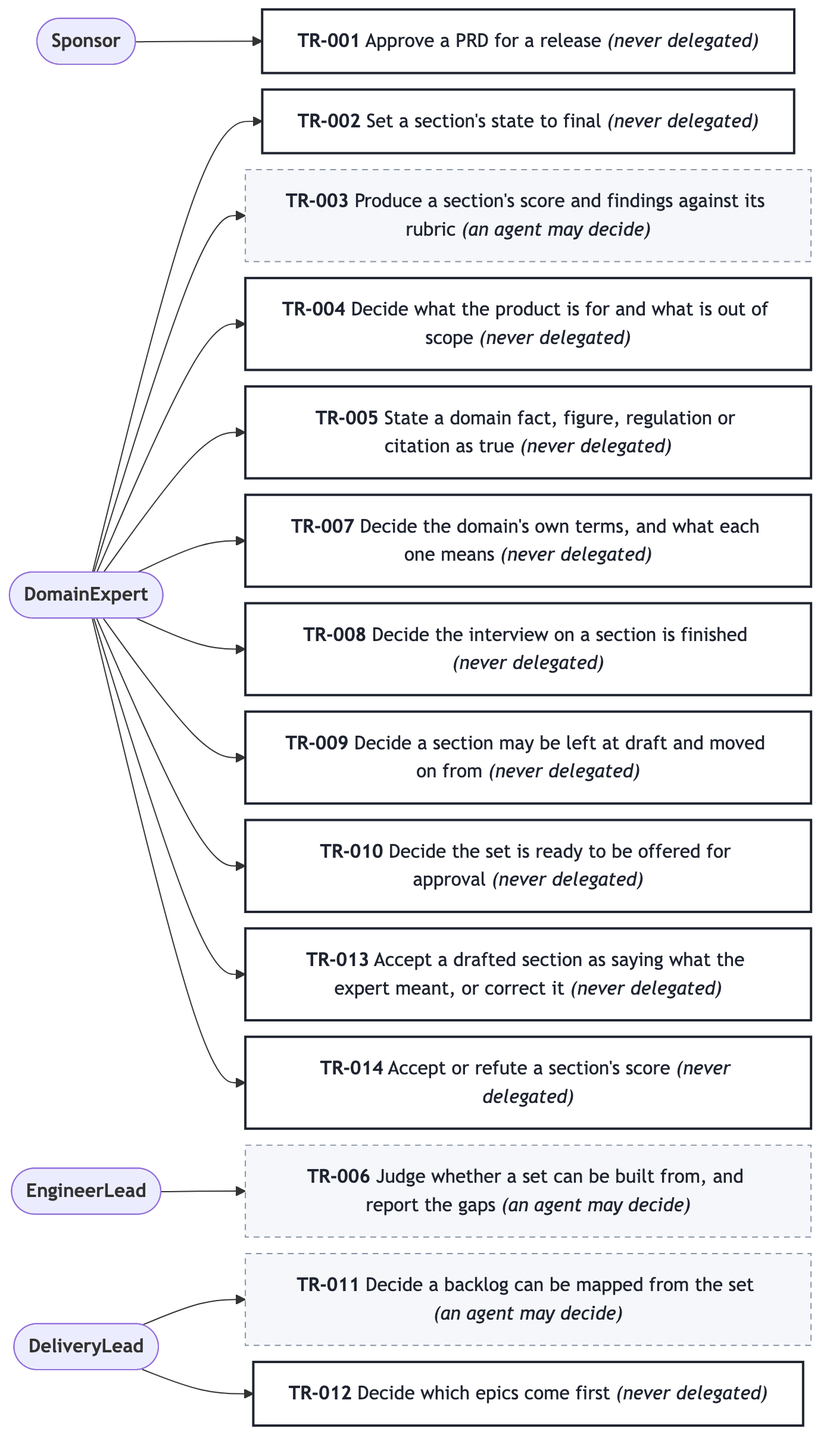
Earlier version of the Mermaid export docs/prd/prd-forge/diagrams/decision-rights.png (SpillwaveSolutions/prd-forge). Its source is kept beside it as docs/prd/prd-forge/diagrams/decision-rights.mmd.
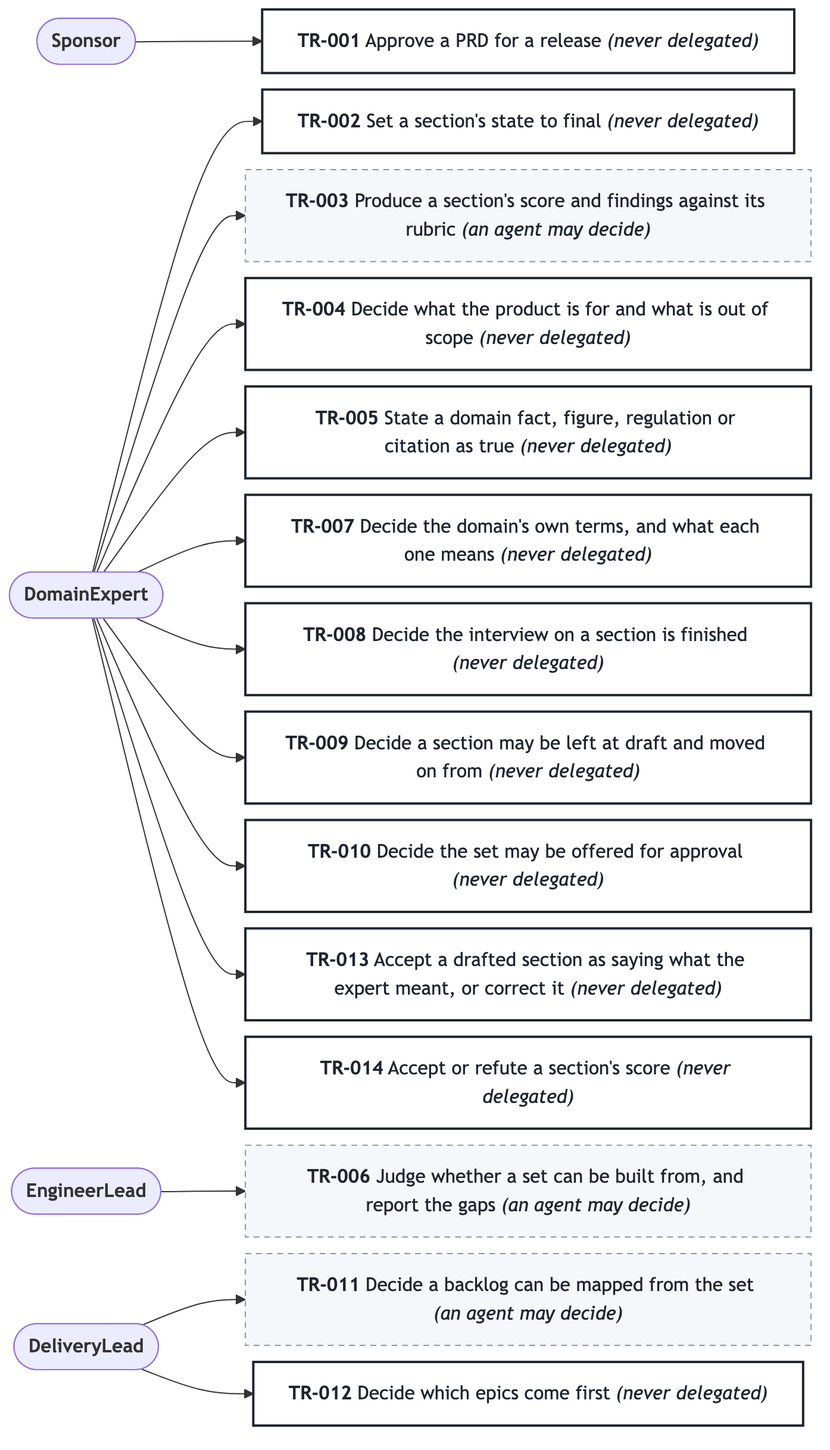
The same file after the commit.

The edit, as a diff of the source:
```diff
@@ -22,7 +22,7 @@
   APER001 --> DTR008
   DTR009["<b>TR-009</b> Decide a section may be left at draft and moved on from <i>(never delegated)</i>"]
   APER001 --> DTR009
-  DTR010["<b>TR-010</b> Decide the set is ready to be offered for approval <i>(never delegated)</i>"]
+  DTR010["<b>TR-010</b> Decide the set may be offered for approval <i>(never delegated)</i>"]
   APER001 --> DTR010
   DTR011["<b>TR-011</b> Decide a backlog can be mapped from the set <i>(an agent may decide)</i>"]
   APER004 --> DTR011
```
